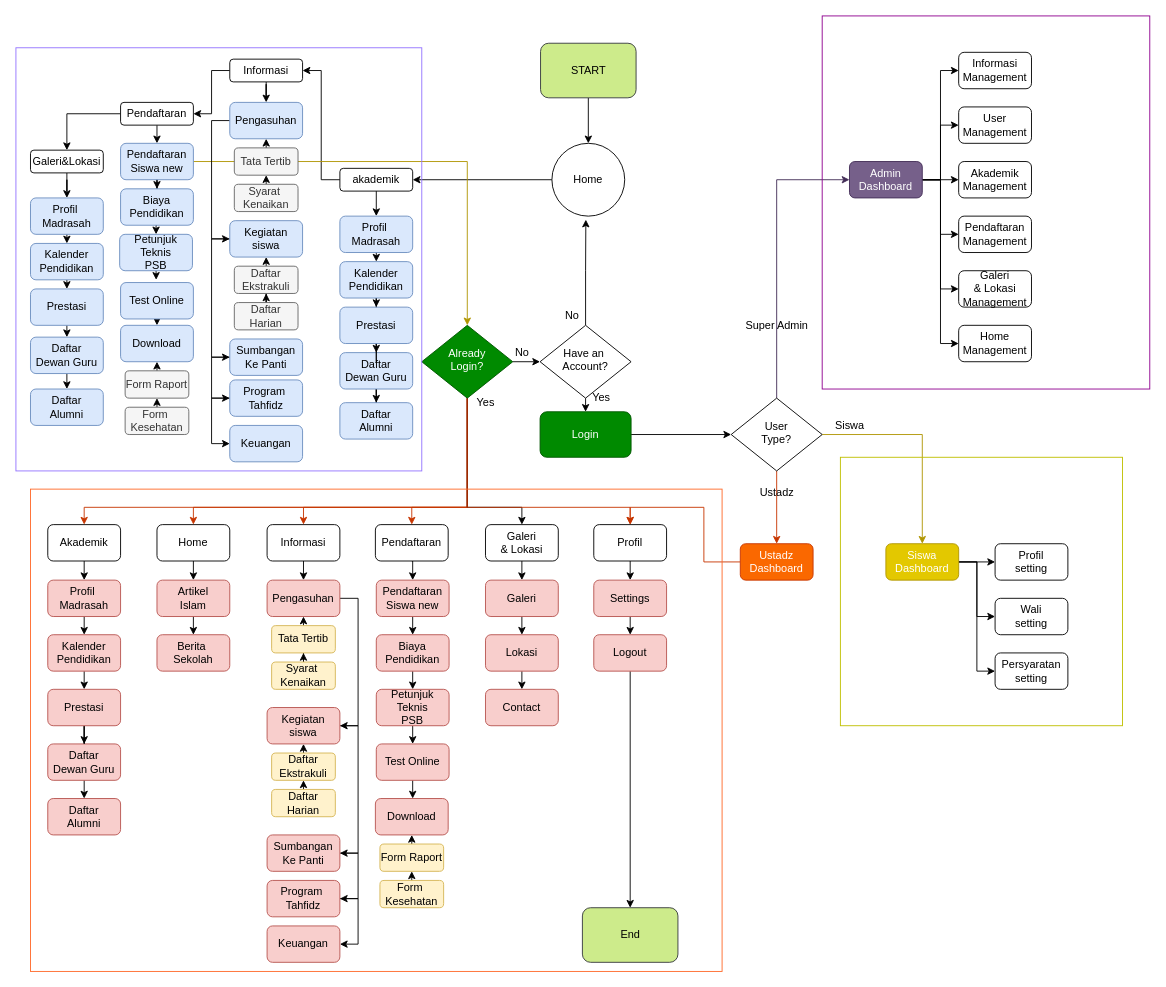
Teddir/Portofolio keeps this draw.io diagram as Website/Untitled Diagram.drawio. Above is the earlier version. Source tidied: cells renumbered, new cells numbered last; positions are measured from the earlier drawing's top-left corner, leaving out a move shared by most shapes. Both pictures are drawn from the tidied source at 91%, with x=0, y=0 at pixel (15, 15).
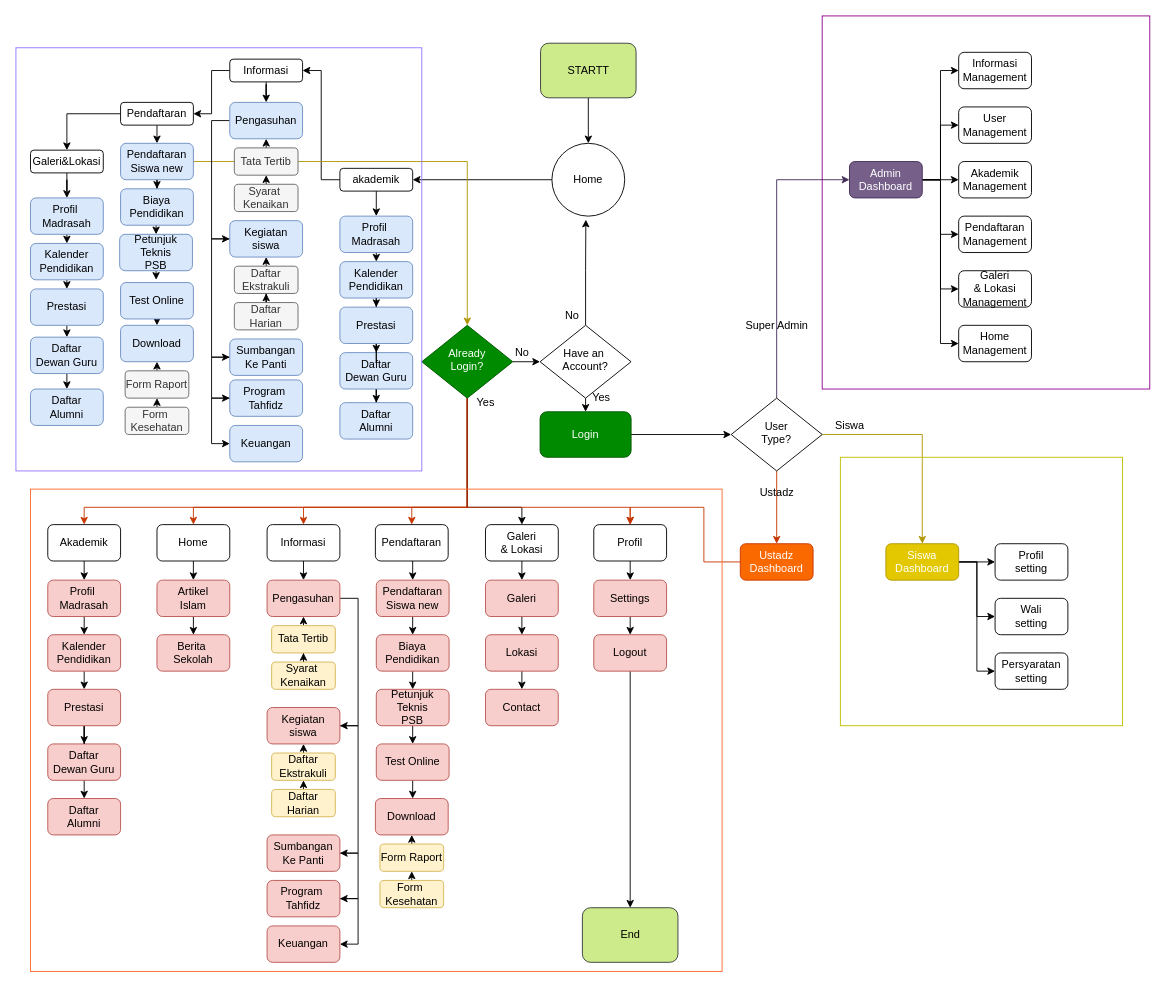
The same diagram, later.

What changed in the source:
```diff
@@
-    <mxCell id="14" value="START" style="rounded=1;whiteSpace=wrap;html=1;fontSize=12;glass=0;strokeWidth=1;shadow=0;fillColor=#cdeb8b;strokeColor=#36393d;" parent="1" vertex="1">
+    <mxCell id="14" value="STARTT" style="rounded=1;whiteSpace=wrap;html=1;fontSize=12;glass=0;strokeWidth=1;shadow=0;fillColor=#cdeb8b;strokeColor=#36393d;" parent="1" vertex="1">
       <mxGeometry x="576.5" y="30" width="105" height="60" as="geometry" />
     </mxCell>
```
